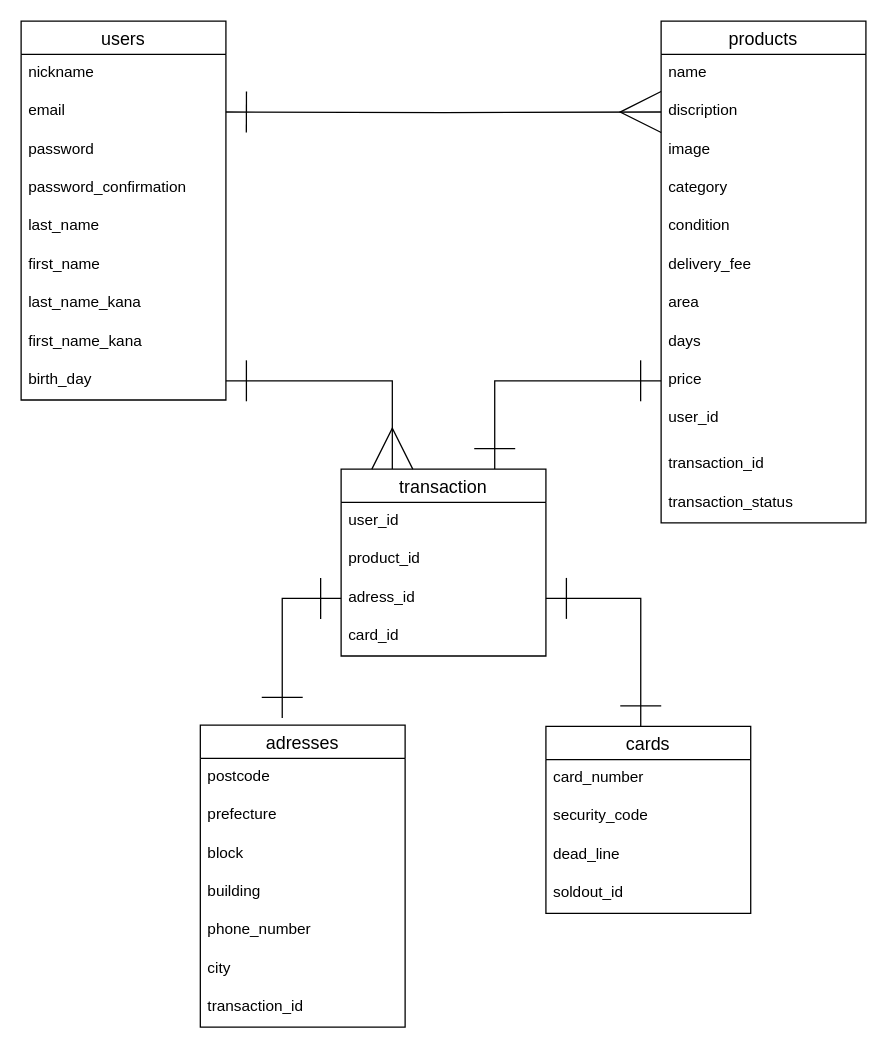
Before: er.dio in tatsuhiko-ooya/furima-33822, a draw.io diagram. Source tidied: cells renumbered, new cells numbered last; positions are measured from the earlier drawing's top-left corner, leaving out a move shared by most shapes. Both pictures are drawn from the tidied source at 128%, with x=0, y=0 at pixel (20, 20).
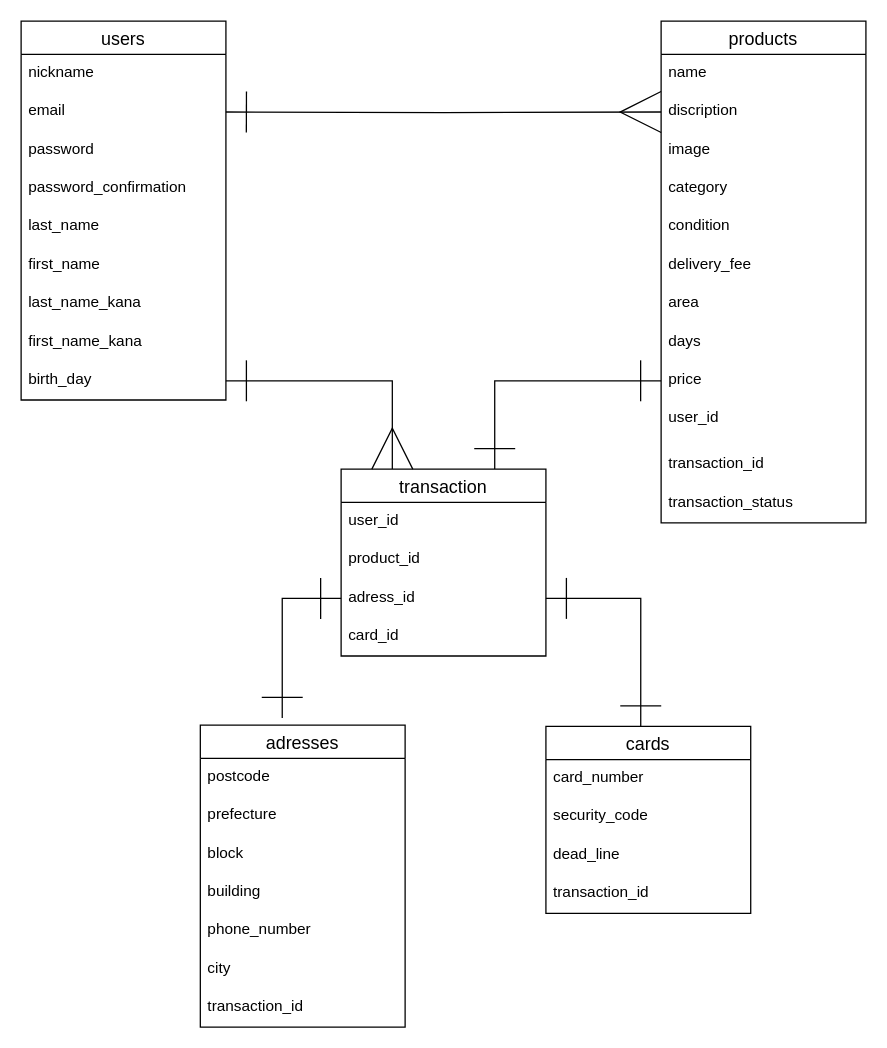
The same diagram, later.

The change refers to these unchanged cells:
```xml
<mxCell id="41" value="cards" style="swimlane;fontStyle=0;horizontal=1;startSize=26;align=center;fontSize=14;" parent="1" vertex="1">
  <mxGeometry x="410" y="551" width="160" height="146" as="geometry" />
</mxCell>
```

What changed in the source:
```diff
@@
-    <mxCell id="45" value="soldout_id" style="text;strokeColor=none;fillColor=none;spacingLeft=4;spacingRight=4;overflow=hidden;fontSize=12;" parent="41" vertex="1">
+    <mxCell id="45" value="transaction_id" style="text;strokeColor=none;fillColor=none;spacingLeft=4;spacingRight=4;overflow=hidden;fontSize=12;" parent="41" vertex="1">
       <mxGeometry y="116" width="160" height="30" as="geometry" />
     </mxCell>
```
